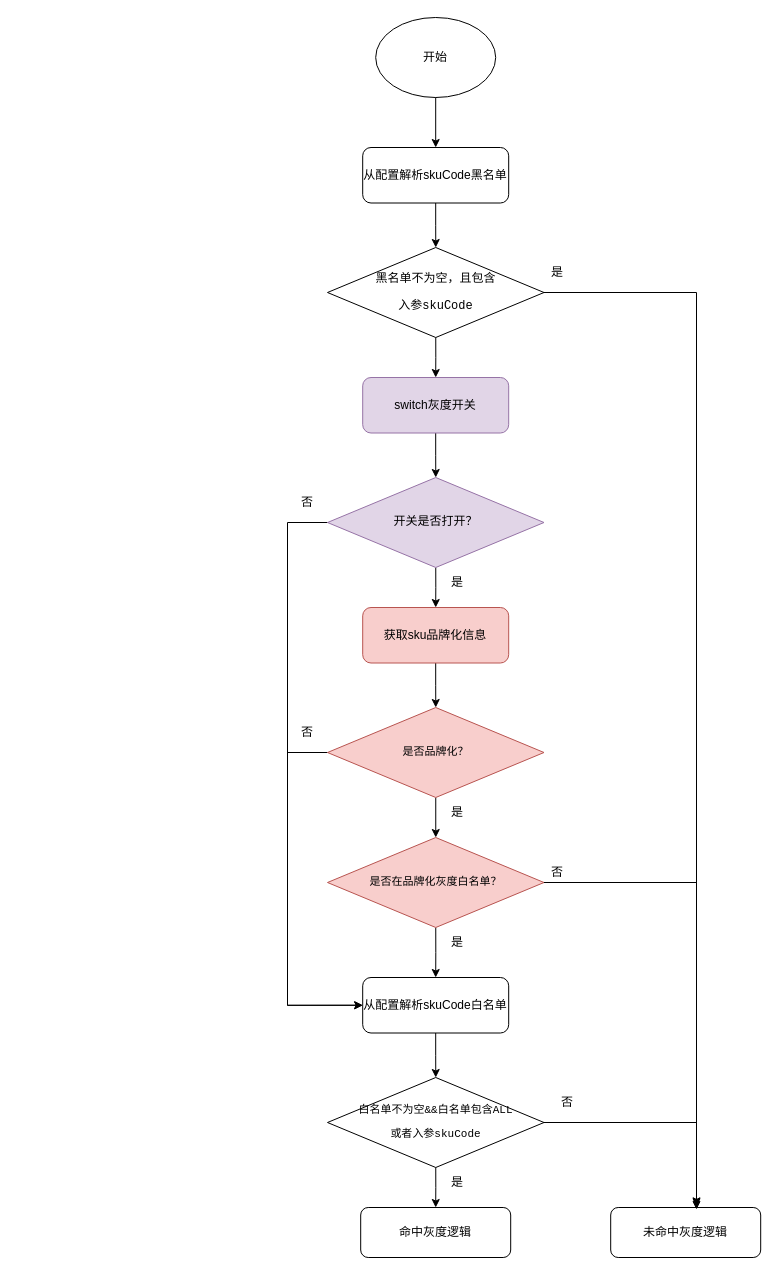
Above: 灰度逻辑.drawio in heyrry/draw.io (draw.io), before the change. Source tidied: cells renumbered, new cells numbered last; positions are measured from the earlier drawing's top-left corner, leaving out a move shared by most shapes. Both pictures are drawn from the tidied source at 100%, with x=0, y=0 at pixel (277, 17).
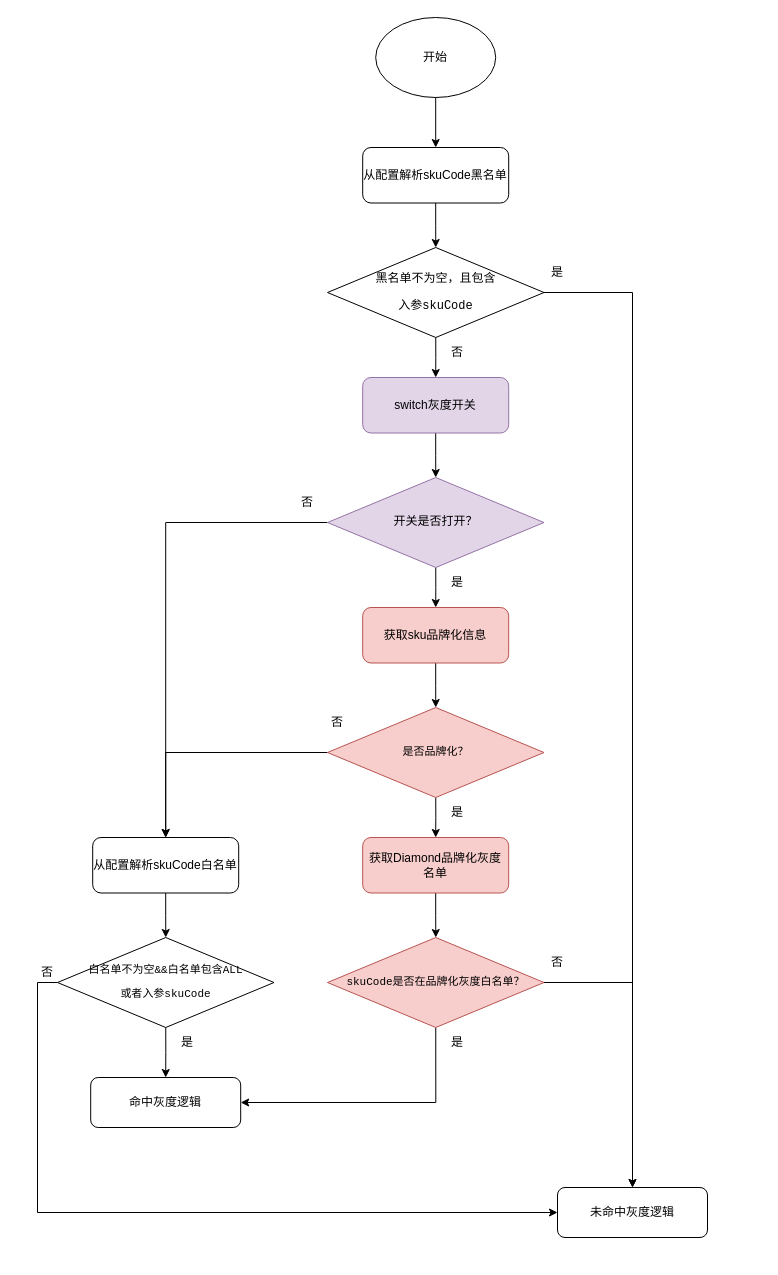
The same diagram, later.

Commit message:
更新灰度逻辑.drawio

The change refers to these unchanged cells:
```xml
<mxCell id="12" value="获取sku品牌化信息" style="rounded=1;whiteSpace=wrap;html=1;fillColor=#f8cecc;strokeColor=#b85450;" parent="1" vertex="1">
  <mxGeometry x="85.2" y="590" width="146" height="55.5" as="geometry" />
</mxCell>
<mxCell id="15" value="&lt;pre&gt;&lt;pre&gt;&lt;pre style=&quot;font-size: 12px;&quot;&gt;黑名单不为空，且包含&lt;/pre&gt;&lt;pre style=&quot;font-size: 12px;&quot;&gt;入参skuCode&lt;/pre&gt;&lt;/pre&gt;&lt;/pre&gt;" style="rhombus;whiteSpace=wrap;html=1;fillColor=none;verticalAlign=middle;horizontal=1;spacing=0;fontSize=11;" parent="1" vertex="1">
  <mxGeometry x="50" y="230" width="216.5" height="90" as="geometry" />
</mxCell>
<mxCell id="18" value="&lt;pre&gt;&lt;pre&gt;是否品牌化？&lt;/pre&gt;&lt;/pre&gt;" style="rhombus;whiteSpace=wrap;html=1;fillColor=#f8cecc;verticalAlign=middle;horizontal=1;spacing=0;fontSize=11;strokeColor=#b85450;" parent="1" vertex="1">
  <mxGeometry x="50" y="690" width="216.5" height="90" as="geometry" />
</mxCell>
<mxCell id="32" value="&lt;pre&gt;&lt;pre&gt;&lt;pre style=&quot;font-size: 12px;&quot;&gt;开关是否打开？&lt;/pre&gt;&lt;/pre&gt;&lt;/pre&gt;" style="rhombus;whiteSpace=wrap;html=1;fillColor=#e1d5e7;verticalAlign=middle;horizontal=1;spacing=0;fontSize=11;strokeColor=#9673a6;" parent="1" vertex="1">
  <mxGeometry x="50" y="460" width="216.5" height="90" as="geometry" />
</mxCell>
```

What changed in the source:
```diff
@@
     <mxCell id="2" value="是" style="text;html=1;align=center;verticalAlign=middle;whiteSpace=wrap;rounded=0;" parent="1" vertex="1">
-      <mxGeometry x="150" y="1150" width="60" height="30" as="geometry" />
+      <mxGeometry x="150" y="1010" width="60" height="30" as="geometry" />
     </mxCell>
@@
     <mxCell id="5" value="否" style="text;html=1;align=center;verticalAlign=middle;whiteSpace=wrap;rounded=0;" parent="1" vertex="1">
-      <mxGeometry x="260" y="1070" width="60" height="30" as="geometry" />
+      <mxGeometry x="250" y="930" width="60" height="30" as="geometry" />
     </mxCell>
@@
     <mxCell id="7" value="否" style="text;html=1;align=center;verticalAlign=middle;whiteSpace=wrap;rounded=0;" parent="1" vertex="1">
-      <mxGeometry x="250" y="840" width="60" height="30" as="geometry" />
+      <mxGeometry x="-260" y="940" width="60" height="30" as="geometry" />
     </mxCell>
     <mxCell id="8" value="命中灰度逻辑" style="rounded=1;whiteSpace=wrap;html=1;fillColor=none;strokeColor=default;" parent="1" vertex="1">
-      <mxGeometry x="83.2" y="1190" width="150" height="50" as="geometry" />
+      <mxGeometry x="-186.8" y="1060" width="150" height="50" as="geometry" />
     </mxCell>
@@
-    <mxCell id="14" style="edgeStyle=orthogonalEdgeStyle;rounded=0;jettySize=auto;html=1;exitX=1;exitY=0.5;exitDx=0;exitDy=0;entryX=0.572;entryY=-0.033;entryDx=0;entryDy=0;entryPerimeter=0;" parent="1" edge="1" source="15" target="19">
+    <mxCell id="14" style="edgeStyle=orthogonalEdgeStyle;rounded=0;jettySize=auto;html=1;exitX=1;exitY=0.5;exitDx=0;exitDy=0;entryX=0.5;entryY=0;entryDx=0;entryDy=0;" parent="1" edge="1" source="15" target="19">
       <mxGeometry relative="1" as="geometry" />
     </mxCell>
@@
-    <mxCell id="16" style="edgeStyle=orthogonalEdgeStyle;rounded=0;jettySize=auto;html=1;exitX=0.5;exitY=1;exitDx=0;exitDy=0;entryX=0.5;entryY=0;entryDx=0;entryDy=0;" parent="1" edge="1" source="18" target="21">
-      <mxGeometry relative="1" as="geometry" />
-    </mxCell>
+    <mxCell id="38" style="edgeStyle=orthogonalEdgeStyle;rounded=0;jettySize=auto;html=1;exitX=0.5;exitY=1;exitDx=0;exitDy=0;entryX=0.5;entryY=0;entryDx=0;entryDy=0;" parent="1" edge="1" source="18" target="41">
+      <mxGeometry relative="1" as="geometry" />
+    </mxCell>
-    <mxCell id="17" style="edgeStyle=orthogonalEdgeStyle;rounded=0;jettySize=auto;html=1;exitX=0;exitY=0.5;exitDx=0;exitDy=0;entryX=0;entryY=0.5;entryDx=0;entryDy=0;" parent="1" edge="1" source="18" target="23">
-      <mxGeometry relative="1" as="geometry">
-        <Array as="points">
-          <mxPoint x="10" y="735" />
-          <mxPoint x="10" y="988" />
-        </Array>
-      </mxGeometry>
+    <mxCell id="17" style="edgeStyle=orthogonalEdgeStyle;rounded=0;jettySize=auto;html=1;exitX=0;exitY=0.5;exitDx=0;exitDy=0;entryX=0.5;entryY=0;entryDx=0;entryDy=0;" parent="1" edge="1" source="18" target="23">
+      <mxGeometry relative="1" as="geometry" />
     </mxCell>
@@
     <mxCell id="19" value="未命中灰度逻辑" style="rounded=1;whiteSpace=wrap;html=1;fillColor=none;strokeColor=default;" parent="1" vertex="1">
-      <mxGeometry x="333.2" y="1190" width="150" height="50" as="geometry" />
+      <mxGeometry x="280" y="1170" width="150" height="50" as="geometry" />
     </mxCell>
-    <mxCell id="20" style="edgeStyle=orthogonalEdgeStyle;rounded=0;jettySize=auto;html=1;exitX=0.5;exitY=1;exitDx=0;exitDy=0;" parent="1" edge="1" source="21" target="23">
-      <mxGeometry relative="1" as="geometry" />
-    </mxCell>
+    <mxCell id="39" style="edgeStyle=orthogonalEdgeStyle;rounded=0;jettySize=auto;html=1;exitX=0.5;exitY=1;exitDx=0;exitDy=0;entryX=1;entryY=0.5;entryDx=0;entryDy=0;" parent="1" edge="1" source="21" target="8">
+      <mxGeometry relative="1" as="geometry" />
+    </mxCell>
+    <mxCell id="35" style="edgeStyle=orthogonalEdgeStyle;rounded=0;jettySize=auto;html=1;exitX=1;exitY=0.5;exitDx=0;exitDy=0;" parent="1" edge="1" source="21" target="19">
+      <mxGeometry relative="1" as="geometry" />
+    </mxCell>
-    <mxCell id="21" value="&lt;pre&gt;&lt;pre&gt;是否在品牌化灰度白名单？&lt;/pre&gt;&lt;/pre&gt;" style="rhombus;whiteSpace=wrap;html=1;fillColor=#f8cecc;verticalAlign=middle;horizontal=1;spacing=0;fontSize=11;strokeColor=#b85450;" parent="1" vertex="1">
-      <mxGeometry x="50" y="820" width="216.5" height="90" as="geometry" />
+    <mxCell id="21" value="&lt;pre&gt;&lt;pre&gt;skuCode是否在品牌化灰度白名单？&lt;/pre&gt;&lt;/pre&gt;" style="rhombus;whiteSpace=wrap;html=1;fillColor=#f8cecc;verticalAlign=middle;horizontal=1;spacing=0;fontSize=11;strokeColor=#b85450;" parent="1" vertex="1">
+      <mxGeometry x="50" y="920" width="216.5" height="90" as="geometry" />
     </mxCell>
@@
     <mxCell id="23" value="从配置解析skuCode白名单" style="rounded=1;whiteSpace=wrap;html=1;fillColor=none;" parent="1" vertex="1">
-      <mxGeometry x="85.2" y="960" width="146" height="55.5" as="geometry" />
+      <mxGeometry x="-184.8" y="820" width="146" height="55.5" as="geometry" />
     </mxCell>
+    <mxCell id="36" style="edgeStyle=orthogonalEdgeStyle;rounded=0;jettySize=auto;html=1;exitX=0;exitY=0.5;exitDx=0;exitDy=0;entryX=0;entryY=0.5;entryDx=0;entryDy=0;" parent="1" edge="1" source="25" target="19">
+      <mxGeometry relative="1" as="geometry" />
+    </mxCell>
@@
     <mxCell id="25" value="&lt;pre&gt;&lt;pre&gt;&lt;font&gt;白名单不为空&amp;amp;&amp;amp;白名单包含ALL&lt;/font&gt;&lt;/pre&gt;&lt;pre&gt;&lt;font&gt;或者&lt;/font&gt;入参skuCode&lt;/pre&gt;&lt;/pre&gt;" style="rhombus;whiteSpace=wrap;html=1;fillColor=none;verticalAlign=middle;horizontal=1;spacing=0;fontSize=11;" parent="1" vertex="1">
-      <mxGeometry x="50" y="1060" width="216.5" height="90" as="geometry" />
+      <mxGeometry x="-220" y="920" width="216.5" height="90" as="geometry" />
     </mxCell>
@@
+    <mxCell id="31" style="edgeStyle=orthogonalEdgeStyle;rounded=0;jettySize=auto;html=1;exitX=0.5;exitY=1;exitDx=0;exitDy=0;entryX=0.5;entryY=0;entryDx=0;entryDy=0;" parent="1" edge="1" source="32" target="12">
+      <mxGeometry relative="1" as="geometry" />
+    </mxCell>
-    <mxCell id="30" style="edgeStyle=orthogonalEdgeStyle;rounded=0;jettySize=auto;html=1;exitX=0;exitY=0.5;exitDx=0;exitDy=0;entryX=0;entryY=0.5;entryDx=0;entryDy=0;" parent="1" edge="1" source="32" target="23">
-      <mxGeometry relative="1" as="geometry">
-        <Array as="points">
-          <mxPoint x="10" y="505" />
-          <mxPoint x="10" y="988" />
-        </Array>
-      </mxGeometry>
+    <mxCell id="30" style="edgeStyle=orthogonalEdgeStyle;rounded=0;jettySize=auto;html=1;exitX=0;exitY=0.5;exitDx=0;exitDy=0;entryX=0.5;entryY=0;entryDx=0;entryDy=0;" parent="1" edge="1" source="32" target="23">
+      <mxGeometry relative="1" as="geometry" />
     </mxCell>
-    <mxCell id="31" style="edgeStyle=orthogonalEdgeStyle;rounded=0;jettySize=auto;html=1;exitX=0.5;exitY=1;exitDx=0;exitDy=0;entryX=0.5;entryY=0;entryDx=0;entryDy=0;" parent="1" edge="1" source="32" target="12">
-      <mxGeometry relative="1" as="geometry" />
-    </mxCell>
@@
     <mxCell id="34" value="否" style="text;html=1;align=center;verticalAlign=middle;whiteSpace=wrap;rounded=0;" parent="1" vertex="1">
-      <mxGeometry y="700" width="60" height="30" as="geometry" />
+      <mxGeometry x="30" y="690" width="60" height="30" as="geometry" />
     </mxCell>
-    <mxCell id="35" style="edgeStyle=orthogonalEdgeStyle;rounded=0;jettySize=auto;html=1;exitX=1;exitY=0.5;exitDx=0;exitDy=0;entryX=0.572;entryY=-0.015;entryDx=0;entryDy=0;entryPerimeter=0;" parent="1" edge="1" source="21" target="19">
-      <mxGeometry relative="1" as="geometry" />
-    </mxCell>
-    <mxCell id="36" style="edgeStyle=orthogonalEdgeStyle;rounded=0;jettySize=auto;html=1;exitX=1;exitY=0.5;exitDx=0;exitDy=0;entryX=0.572;entryY=0.04;entryDx=0;entryDy=0;entryPerimeter=0;" parent="1" edge="1" source="25" target="19">
-      <mxGeometry relative="1" as="geometry" />
-    </mxCell>
     <mxCell id="37" value="是" style="text;html=1;align=center;verticalAlign=middle;whiteSpace=wrap;rounded=0;" parent="1" vertex="1">
-      <mxGeometry x="150" y="910" width="60" height="30" as="geometry" />
+      <mxGeometry x="-120" y="1010" width="60" height="30" as="geometry" />
     </mxCell>
+    <mxCell id="40" style="edgeStyle=orthogonalEdgeStyle;rounded=0;jettySize=auto;html=1;exitX=0.5;exitY=1;exitDx=0;exitDy=0;" parent="1" edge="1" source="41" target="21">
+      <mxGeometry relative="1" as="geometry" />
+    </mxCell>
+    <mxCell id="41" value="获取Diamond品牌化灰度名单" style="rounded=1;whiteSpace=wrap;html=1;fillColor=#f8cecc;strokeColor=#b85450;" parent="1" vertex="1">
+      <mxGeometry x="85.2" y="820" width="146" height="55.5" as="geometry" />
+    </mxCell>
+    <mxCell id="42" value="否" style="text;html=1;align=center;verticalAlign=middle;whiteSpace=wrap;rounded=0;" parent="1" vertex="1">
+      <mxGeometry x="150" y="320" width="60" height="30" as="geometry" />
+    </mxCell>
```
